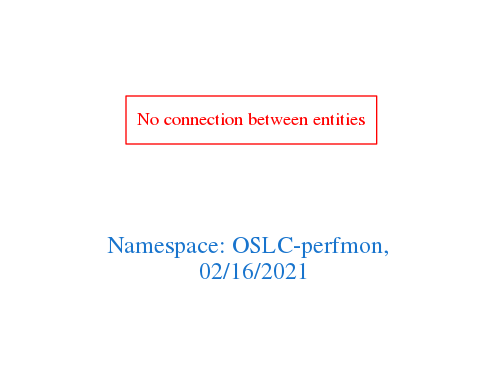
This is downloads/OSLC-perfmon.png from arago/OGIT, a Graphviz export, as it was before one commit. Its source is kept beside it as downloads/OSLC-perfmon.dot.
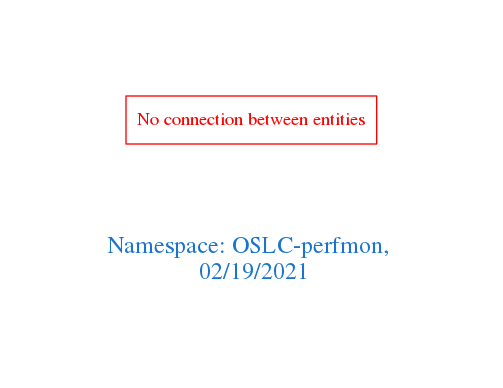
After the change.

Change to the diagram source:
```diff
@@ -1,7 +1,7 @@
 digraph OGIT_ontology {
  graph [ rankdir= LR,pad=1
 fontsize = 18,
-fontcolor= dodgerblue3,label = "\n\n\nNamespace: OSLC-perfmon, \n 02/16/2021"];
+fontcolor= dodgerblue3,label = "\n\n\nNamespace: OSLC-perfmon, \n 02/19/2021"];
 node[shape=polygon];
 edge [  color="gray81"];
 
```
